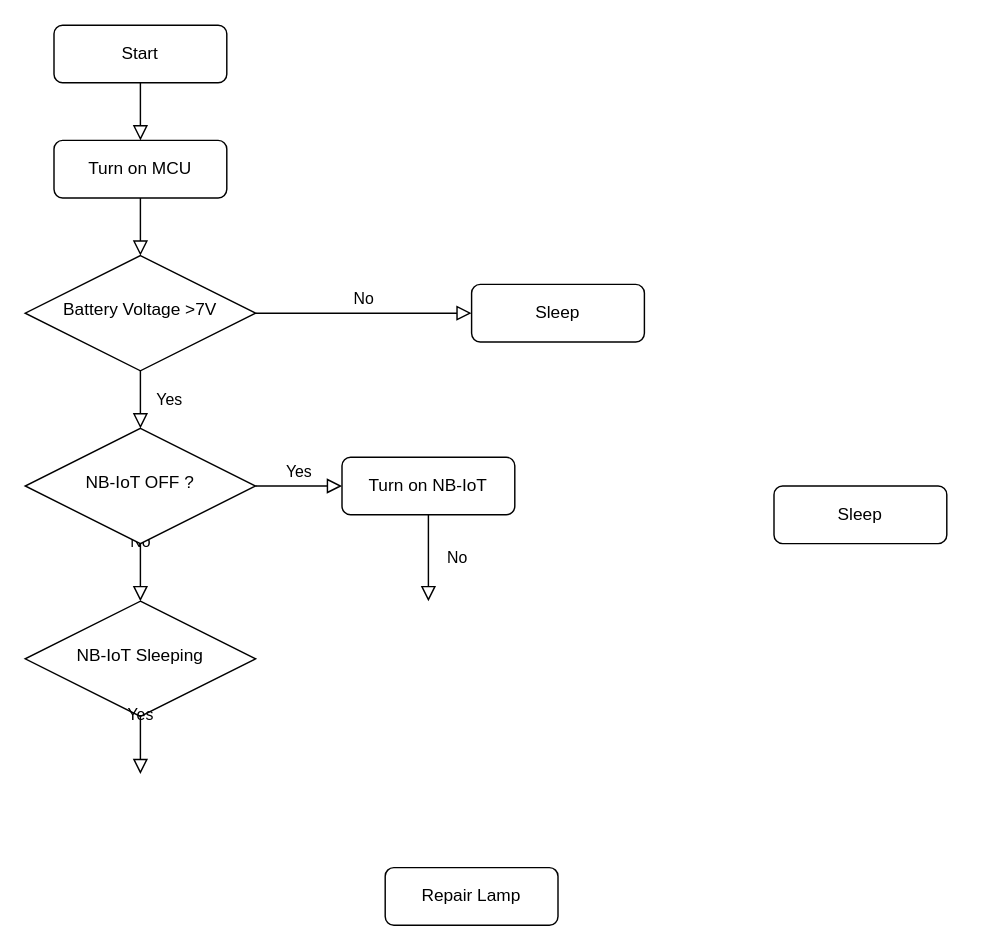
Before: Final.drawio in K2ayzz/ForDrawIO, a draw.io diagram. Source tidied: cells renumbered, new cells numbered last; positions are measured from the earlier drawing's top-left corner, leaving out a move shared by most shapes. Both pictures are drawn from the tidied source at 144%, with x=0, y=0 at pixel (24, 24).
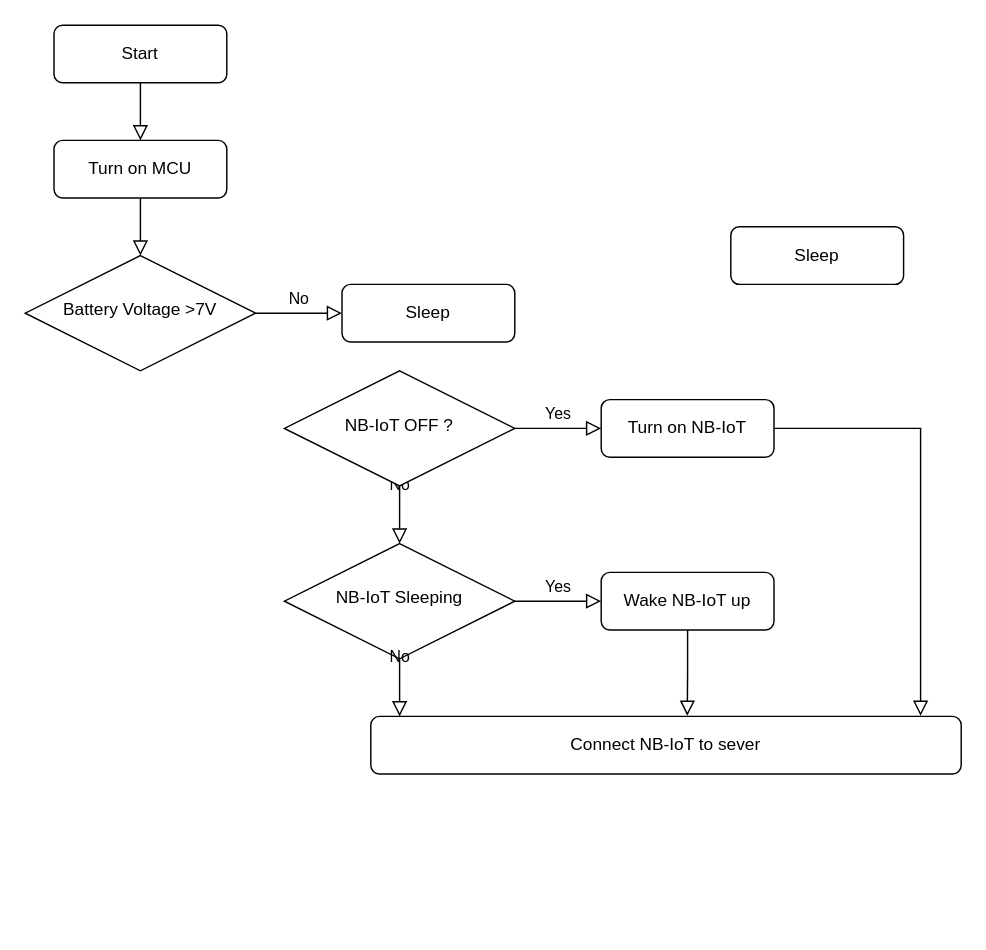
The same diagram, later.

Commit message (it also covers changes not shown here):
Cập nhật Final.drawio

The change refers to these unchanged cells:
```xml
<mxCell id="6" value="Battery Voltage &amp;gt;7V" style="rhombus;whiteSpace=wrap;html=1;shadow=0;fontFamily=Helvetica;fontSize=12;align=center;strokeWidth=1;spacing=6;spacingTop=-4;" parent="1" vertex="1">
  <mxGeometry y="160" width="160" height="80" as="geometry" />
</mxCell>
```

Change to the diagram source:
```diff
@@
-    <mxCell id="4" value="Yes" style="rounded=0;html=1;jettySize=auto;fontSize=11;endArrow=block;endFill=0;endSize=8;strokeWidth=1;shadow=0;labelBackgroundColor=none;edgeStyle=orthogonalEdgeStyle;" parent="1" edge="1" source="6" target="10">
-      <mxGeometry y="20" relative="1" as="geometry" />
-    </mxCell>
@@
     <mxCell id="7" value="Sleep" style="rounded=1;whiteSpace=wrap;html=1;fontSize=12;glass=0;strokeWidth=1;shadow=0;" parent="1" vertex="1">
-      <mxGeometry x="310" y="180" width="120" height="40" as="geometry" />
+      <mxGeometry x="220" y="180" width="120" height="40" as="geometry" />
     </mxCell>
     <mxCell id="8" value="No" style="rounded=0;html=1;jettySize=auto;fontSize=11;endArrow=block;endFill=0;endSize=8;strokeWidth=1;shadow=0;labelBackgroundColor=none;edgeStyle=orthogonalEdgeStyle;" parent="1" edge="1" source="10">
       <mxGeometry x="0.01" y="20" relative="1" as="geometry">
-        <mxPoint x="80" y="400" as="targetPoint" />
+        <mxPoint x="260" y="360" as="targetPoint" />
         <mxPoint y="-1" as="offset" />
       </mxGeometry>
     </mxCell>
@@
     <mxCell id="10" value="NB-IoT OFF ?" style="rhombus;whiteSpace=wrap;html=1;shadow=0;fontFamily=Helvetica;fontSize=12;align=center;strokeWidth=1;spacing=6;spacingTop=-4;" parent="1" vertex="1">
-      <mxGeometry y="280" width="160" height="80" as="geometry" />
+      <mxGeometry x="180" y="240" width="160" height="80" as="geometry" />
     </mxCell>
-    <mxCell id="11" value="Repair Lamp" style="rounded=1;whiteSpace=wrap;html=1;fontSize=12;glass=0;strokeWidth=1;shadow=0;" parent="1" vertex="1">
-      <mxGeometry x="250" y="585" width="120" height="40" as="geometry" />
+    <mxCell id="11" value="Connect NB-IoT to sever" style="rounded=1;whiteSpace=wrap;html=1;fontSize=12;glass=0;strokeWidth=1;shadow=0;" parent="1" vertex="1">
+      <mxGeometry x="240" y="480" width="410" height="40" as="geometry" />
     </mxCell>
     <mxCell id="12" value="Turn on NB-IoT" style="rounded=1;whiteSpace=wrap;html=1;fontSize=12;glass=0;strokeWidth=1;shadow=0;" parent="1" vertex="1">
-      <mxGeometry x="220" y="300" width="120" height="40" as="geometry" />
+      <mxGeometry x="400" y="260" width="120" height="40" as="geometry" />
     </mxCell>
     <mxCell id="13" value="Sleep" style="rounded=1;whiteSpace=wrap;html=1;fontSize=12;glass=0;strokeWidth=1;shadow=0;" parent="1" vertex="1">
-      <mxGeometry x="520" y="320" width="120" height="40" as="geometry" />
+      <mxGeometry x="490" y="140" width="120" height="40" as="geometry" />
     </mxCell>
@@
     <mxCell id="16" value="NB-IoT Sleeping" style="rhombus;whiteSpace=wrap;html=1;shadow=0;fontFamily=Helvetica;fontSize=12;align=center;strokeWidth=1;spacing=6;spacingTop=-4;" parent="1" vertex="1">
-      <mxGeometry y="400" width="160" height="80" as="geometry" />
+      <mxGeometry x="180" y="360" width="160" height="80" as="geometry" />
     </mxCell>
-    <mxCell id="17" value="No" style="rounded=0;html=1;jettySize=auto;fontSize=11;endArrow=block;endFill=0;endSize=8;strokeWidth=1;shadow=0;labelBackgroundColor=none;edgeStyle=orthogonalEdgeStyle;exitX=0.5;exitY=1;exitDx=0;exitDy=0;" parent="1" edge="1" source="12">
+    <mxCell id="17" style="rounded=0;html=1;jettySize=auto;fontSize=11;endArrow=block;endFill=0;endSize=8;strokeWidth=1;shadow=0;labelBackgroundColor=none;edgeStyle=orthogonalEdgeStyle;exitX=1;exitY=0.5;exitDx=0;exitDy=0;entryX=0.785;entryY=-0.01;entryDx=0;entryDy=0;entryPerimeter=0;" parent="1" edge="1" source="12">
       <mxGeometry x="0.01" y="20" relative="1" as="geometry">
-        <mxPoint x="280" y="400" as="targetPoint" />
+        <mxPoint x="621.8" y="479.6" as="targetPoint" />
+        <Array as="points">
+          <mxPoint x="622" y="280" />
+        </Array>
         <mxPoint y="-1" as="offset" />
       </mxGeometry>
     </mxCell>
-    <mxCell id="18" value="Yes" style="rounded=0;html=1;jettySize=auto;fontSize=11;endArrow=block;endFill=0;endSize=8;strokeWidth=1;shadow=0;labelBackgroundColor=none;edgeStyle=orthogonalEdgeStyle;exitX=0.5;exitY=1;exitDx=0;exitDy=0;" parent="1" edge="1" source="16">
+    <mxCell id="18" value="No" style="rounded=0;html=1;jettySize=auto;fontSize=11;endArrow=block;endFill=0;endSize=8;strokeWidth=1;shadow=0;labelBackgroundColor=none;edgeStyle=orthogonalEdgeStyle;exitX=0.5;exitY=1;exitDx=0;exitDy=0;" parent="1" edge="1" source="16">
       <mxGeometry x="0.01" y="20" relative="1" as="geometry">
-        <mxPoint x="80" y="520" as="targetPoint" />
+        <mxPoint x="260" y="480" as="targetPoint" />
         <mxPoint y="-1" as="offset" />
       </mxGeometry>
     </mxCell>
+    <mxCell id="19" value="Wake NB-IoT up" style="rounded=1;whiteSpace=wrap;html=1;fontSize=12;glass=0;strokeWidth=1;shadow=0;" parent="1" vertex="1">
+      <mxGeometry x="400" y="380" width="120" height="40" as="geometry" />
+    </mxCell>
+    <mxCell id="4" value="Yes" style="edgeStyle=orthogonalEdgeStyle;rounded=0;html=1;jettySize=auto;fontSize=11;endArrow=block;endFill=0;endSize=8;strokeWidth=1;shadow=0;labelBackgroundColor=none;exitX=1;exitY=0.5;exitDx=0;exitDy=0;entryX=0;entryY=0.5;entryDx=0;entryDy=0;" parent="1" edge="1" source="16" target="19">
+      <mxGeometry y="10" relative="1" as="geometry" />
+    </mxCell>
+    <mxCell id="20" style="rounded=0;html=1;jettySize=auto;fontSize=11;endArrow=block;endFill=0;endSize=8;strokeWidth=1;shadow=0;labelBackgroundColor=none;edgeStyle=orthogonalEdgeStyle;exitX=0.5;exitY=1;exitDx=0;exitDy=0;entryX=0.536;entryY=-0.011;entryDx=0;entryDy=0;entryPerimeter=0;" parent="1" edge="1" source="19" target="11">
+      <mxGeometry x="0.01" y="20" relative="1" as="geometry">
+        <mxPoint y="-1" as="offset" />
+      </mxGeometry>
+    </mxCell>
```
